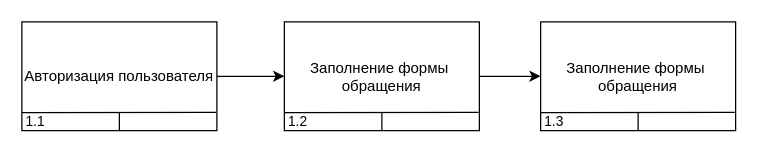
semenovMaksWeb/biti keeps this draw.io diagram as page "дек" (2 of 20) of ДИПЛОМ/Новая папка/idef3.drawio. Above is the earlier version. Source tidied: cells renumbered, new cells numbered last; positions are measured from the earlier drawing's top-left corner, leaving out a move shared by most shapes. Both pictures are drawn from the tidied source at 125%, with x=0, y=0 at pixel (21, 21).
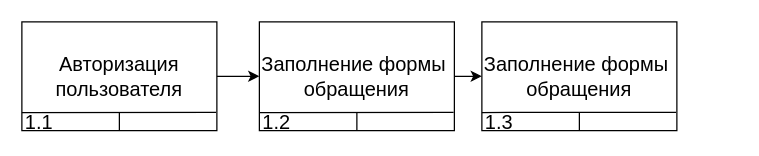
After the change.

Diff of the diagram source:
```diff
@@
-    <mxCell id="2" style="group;fontSize=9;" parent="1" vertex="1">
+    <mxCell id="2" style="group;fontSize=16;" parent="1" vertex="1">
       <mxGeometry width="156" height="87" as="geometry" />
     </mxCell>
-    <mxCell id="3" value="&lt;span style=&quot;font-size: 12px;&quot;&gt;Авторизация пользователя&lt;/span&gt;" style="rounded=0;whiteSpace=wrap;html=1;fontSize=9;" parent="2" vertex="1">
+    <mxCell id="3" value="&lt;span&gt;Авторизация пользователя&lt;/span&gt;" style="rounded=0;whiteSpace=wrap;html=1;fontSize=16;" parent="2" vertex="1">
       <mxGeometry width="156" height="87" as="geometry" />
     </mxCell>
-    <mxCell id="4" style="endArrow=none;html=1;rounded=0;exitX=0;exitY=0.75;exitDx=0;exitDy=0;entryX=0.996;entryY=0.831;entryDx=0;entryDy=0;entryPerimeter=0;" parent="2" edge="1" target="3">
+    <mxCell id="4" style="endArrow=none;html=1;rounded=0;exitX=0;exitY=0.75;exitDx=0;exitDy=0;entryX=0.996;entryY=0.831;entryDx=0;entryDy=0;entryPerimeter=0;fontSize=16;" parent="2" edge="1" target="3">
       <mxGeometry relative="1" as="geometry">
         <mxPoint y="72.5" as="sourcePoint" />
       </mxGeometry>
     </mxCell>
-    <mxCell id="5" style="endArrow=none;html=1;rounded=0;exitX=0.5;exitY=1;exitDx=0;exitDy=0;" parent="2" edge="1" source="3">
+    <mxCell id="5" style="endArrow=none;html=1;rounded=0;exitX=0.5;exitY=1;exitDx=0;exitDy=0;fontSize=16;" parent="2" edge="1" source="3">
       <mxGeometry relative="1" as="geometry">
         <mxPoint x="78" y="72.5" as="targetPoint" />
         <Array as="points">
           <mxPoint x="78" y="72.5" />
         </Array>
       </mxGeometry>
     </mxCell>
-    <mxCell id="6" value="1.1" style="text;html=1;align=center;verticalAlign=middle;whiteSpace=wrap;rounded=0;fontSize=11;" parent="2" vertex="1">
-      <mxGeometry x="10.4" y="79.7" as="geometry" />
-    </mxCell>
-    <mxCell id="7" style="group;fontSize=9;" parent="1" vertex="1">
-      <mxGeometry x="210" width="156" height="87" as="geometry" />
+    <mxCell id="7" style="group;fontSize=16;" parent="1" vertex="1">
+      <mxGeometry x="190" width="156" height="87" as="geometry" />
     </mxCell>
-    <mxCell id="8" value="&lt;span style=&quot;font-size: 12px;&quot;&gt;Заполнение формы&amp;nbsp;&lt;br&gt;обращения&lt;/span&gt;" style="rounded=0;whiteSpace=wrap;html=1;fontSize=9;" parent="7" vertex="1">
+    <mxCell id="8" value="&lt;span&gt;Заполнение формы&amp;nbsp;&lt;br&gt;обращения&lt;/span&gt;" style="rounded=0;whiteSpace=wrap;html=1;fontSize=16;" parent="7" vertex="1">
       <mxGeometry width="156" height="87" as="geometry" />
     </mxCell>
-    <mxCell id="9" style="endArrow=none;html=1;rounded=0;exitX=0;exitY=0.75;exitDx=0;exitDy=0;entryX=0.996;entryY=0.831;entryDx=0;entryDy=0;entryPerimeter=0;" parent="7" edge="1" target="8">
+    <mxCell id="9" style="endArrow=none;html=1;rounded=0;exitX=0;exitY=0.75;exitDx=0;exitDy=0;entryX=0.996;entryY=0.831;entryDx=0;entryDy=0;entryPerimeter=0;fontSize=16;" parent="7" edge="1" target="8">
       <mxGeometry relative="1" as="geometry">
         <mxPoint y="72.5" as="sourcePoint" />
       </mxGeometry>
     </mxCell>
-    <mxCell id="10" style="endArrow=none;html=1;rounded=0;exitX=0.5;exitY=1;exitDx=0;exitDy=0;" parent="7" edge="1" source="8">
+    <mxCell id="10" style="endArrow=none;html=1;rounded=0;exitX=0.5;exitY=1;exitDx=0;exitDy=0;fontSize=16;" parent="7" edge="1" source="8">
       <mxGeometry relative="1" as="geometry">
         <mxPoint x="78" y="72.5" as="targetPoint" />
         <Array as="points">
           <mxPoint x="78" y="72.5" />
         </Array>
       </mxGeometry>
     </mxCell>
-    <mxCell id="11" value="1.2" style="text;html=1;align=center;verticalAlign=middle;whiteSpace=wrap;rounded=0;fontSize=11;" parent="7" vertex="1">
-      <mxGeometry x="10.4" y="79.7" as="geometry" />
-    </mxCell>
-    <mxCell id="12" style="edgeStyle=orthogonalEdgeStyle;rounded=0;jettySize=auto;html=1;exitX=1;exitY=0.5;exitDx=0;exitDy=0;entryX=0;entryY=0.5;entryDx=0;entryDy=0;" parent="1" edge="1" source="3" target="8">
+    <mxCell id="12" style="edgeStyle=orthogonalEdgeStyle;rounded=0;jettySize=auto;html=1;exitX=1;exitY=0.5;exitDx=0;exitDy=0;entryX=0;entryY=0.5;entryDx=0;entryDy=0;fontSize=16;" parent="1" edge="1" source="3" target="8">
       <mxGeometry relative="1" as="geometry" />
     </mxCell>
-    <mxCell id="13" style="group;fontSize=9;" parent="1" vertex="1">
-      <mxGeometry x="415" width="156" height="87" as="geometry" />
+    <mxCell id="13" style="group;fontSize=16;" parent="1" vertex="1">
+      <mxGeometry x="368" width="156" height="87" as="geometry" />
     </mxCell>
-    <mxCell id="14" value="&lt;span style=&quot;font-size: 12px;&quot;&gt;Заполнение формы&amp;nbsp;&lt;br&gt;обращения&lt;/span&gt;" style="rounded=0;whiteSpace=wrap;html=1;fontSize=9;" parent="13" vertex="1">
+    <mxCell id="14" value="&lt;span&gt;Заполнение формы&amp;nbsp;&lt;br&gt;обращения&lt;/span&gt;" style="rounded=0;whiteSpace=wrap;html=1;fontSize=16;" parent="13" vertex="1">
       <mxGeometry width="156" height="87" as="geometry" />
     </mxCell>
-    <mxCell id="15" style="endArrow=none;html=1;rounded=0;exitX=0;exitY=0.75;exitDx=0;exitDy=0;entryX=0.996;entryY=0.831;entryDx=0;entryDy=0;entryPerimeter=0;" parent="13" edge="1" target="14">
+    <mxCell id="15" style="endArrow=none;html=1;rounded=0;exitX=0;exitY=0.75;exitDx=0;exitDy=0;entryX=0.996;entryY=0.831;entryDx=0;entryDy=0;entryPerimeter=0;fontSize=16;" parent="13" edge="1" target="14">
       <mxGeometry relative="1" as="geometry">
         <mxPoint y="72.5" as="sourcePoint" />
       </mxGeometry>
     </mxCell>
-    <mxCell id="16" style="endArrow=none;html=1;rounded=0;exitX=0.5;exitY=1;exitDx=0;exitDy=0;" parent="13" edge="1" source="14">
+    <mxCell id="16" style="endArrow=none;html=1;rounded=0;exitX=0.5;exitY=1;exitDx=0;exitDy=0;fontSize=16;" parent="13" edge="1" source="14">
       <mxGeometry relative="1" as="geometry">
         <mxPoint x="78" y="72.5" as="targetPoint" />
         <Array as="points">
           <mxPoint x="78" y="72.5" />
         </Array>
       </mxGeometry>
     </mxCell>
+    <mxCell id="18" style="edgeStyle=orthogonalEdgeStyle;rounded=0;jettySize=auto;html=1;entryX=0;entryY=0.5;entryDx=0;entryDy=0;fontSize=16;" parent="1" edge="1" source="8" target="14">
+      <mxGeometry relative="1" as="geometry" />
+    </mxCell>
+    <mxCell id="6" value="1.1" style="text;html=1;align=center;verticalAlign=middle;whiteSpace=wrap;rounded=0;fontSize=16;" parent="1" vertex="1">
+      <mxGeometry x="13.4" y="79.8" as="geometry" />
+    </mxCell>
+    <mxCell id="11" value="1.2" style="text;html=1;align=center;verticalAlign=middle;whiteSpace=wrap;rounded=0;fontSize=16;" parent="1" vertex="1">
+      <mxGeometry x="203.4" y="79.8" as="geometry" />
+    </mxCell>
-    <mxCell id="17" value="1.3" style="text;html=1;align=center;verticalAlign=middle;whiteSpace=wrap;rounded=0;fontSize=11;" parent="13" vertex="1">
-      <mxGeometry x="10.4" y="79.7" as="geometry" />
+    <mxCell id="17" value="1.3" style="text;html=1;align=center;verticalAlign=middle;whiteSpace=wrap;rounded=0;fontSize=16;" parent="1" vertex="1">
+      <mxGeometry x="381.4" y="79.8" as="geometry" />
     </mxCell>
-    <mxCell id="18" style="edgeStyle=orthogonalEdgeStyle;rounded=0;jettySize=auto;html=1;entryX=0;entryY=0.5;entryDx=0;entryDy=0;" parent="1" edge="1" source="8" target="14">
-      <mxGeometry relative="1" as="geometry" />
-    </mxCell>
```
